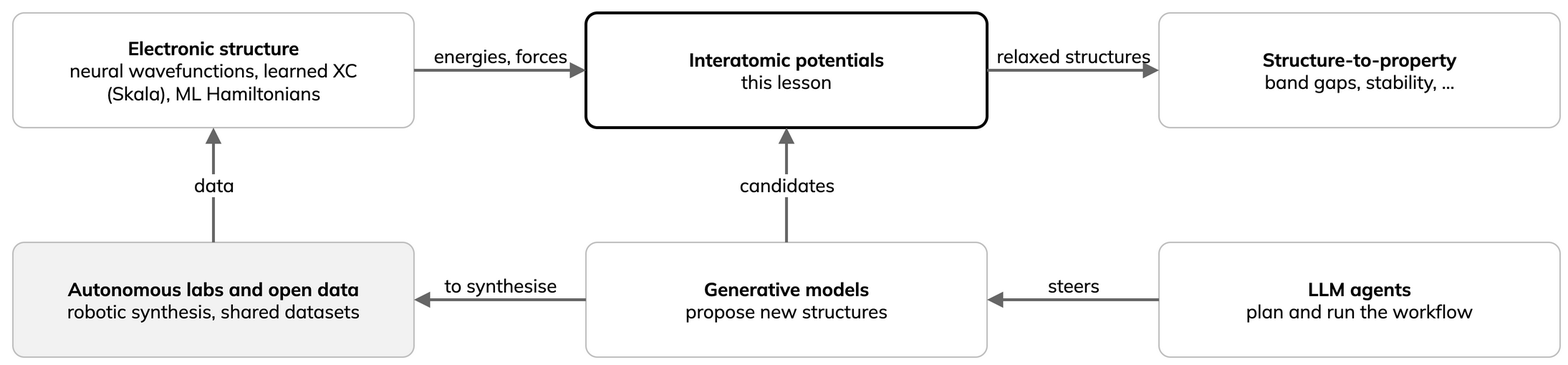
Above: _static/bg-ai-families.drawio.png in ENCCS/mlip-hands-on (draw.io), before the change. Source tidied: cells renumbered, new cells last; positions are measured from the earlier drawing's top-left corner, leaving out a move shared by most shapes.
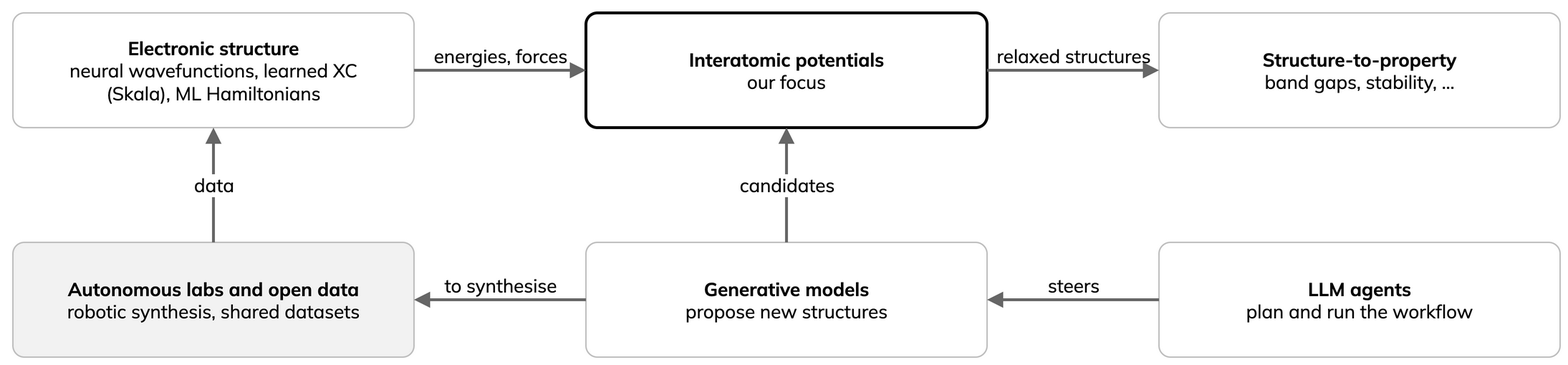
The same diagram one commit later.

Commit message:
Add AI-families cards before the flow figure

Change to the diagram source:
```diff
@@ -5,7 +5,7 @@
     <mxCell id="2" value="&lt;b&gt;Electronic structure&lt;/b&gt;&lt;br&gt;neural wavefunctions, learned XC&lt;br&gt;(Skala), ML Hamiltonians" style="rounded=1;whiteSpace=wrap;html=1;arcSize=10;fillColor=#FFFFFF;strokeColor=#BFBFBF;fontFamily=Mulish;fontSize=13;fontColor=#000000;" parent="1" vertex="1">
       <mxGeometry width="280" height="80" as="geometry" />
     </mxCell>
-    <mxCell id="3" value="&lt;b&gt;Interatomic potentials&lt;/b&gt;&lt;br&gt;this lesson" style="rounded=1;whiteSpace=wrap;html=1;arcSize=10;fillColor=#FFFFFF;strokeColor=#000000;strokeWidth=2;fontFamily=Mulish;fontSize=13;fontColor=#000000;" parent="1" vertex="1">
+    <mxCell id="3" value="&lt;b&gt;Interatomic potentials&lt;/b&gt;&lt;br&gt;our focus" style="rounded=1;whiteSpace=wrap;html=1;arcSize=10;fillColor=#FFFFFF;strokeColor=#000000;strokeWidth=2;fontFamily=Mulish;fontSize=13;fontColor=#000000;" parent="1" vertex="1">
       <mxGeometry x="400" width="280" height="80" as="geometry" />
     </mxCell>
     <mxCell id="4" value="&lt;b&gt;Structure-to-property&lt;/b&gt;&lt;br&gt;band gaps, stability, ..." style="rounded=1;whiteSpace=wrap;html=1;arcSize=10;fillColor=#FFFFFF;strokeColor=#BFBFBF;fontFamily=Mulish;fontSize=13;fontColor=#000000;" parent="1" vertex="1">
```
